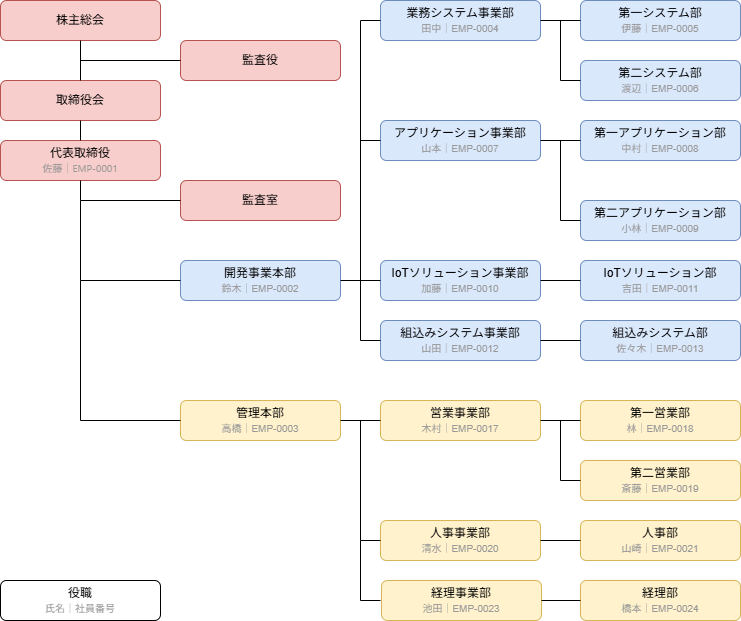
Earlier version of the draw.io export images/org.png (udon01414-ebi/TecnicTechnoTech). Source tidied: cells renumbered, new cells last; positions are measured from the earlier drawing's top-left corner, leaving out a move shared by most shapes.
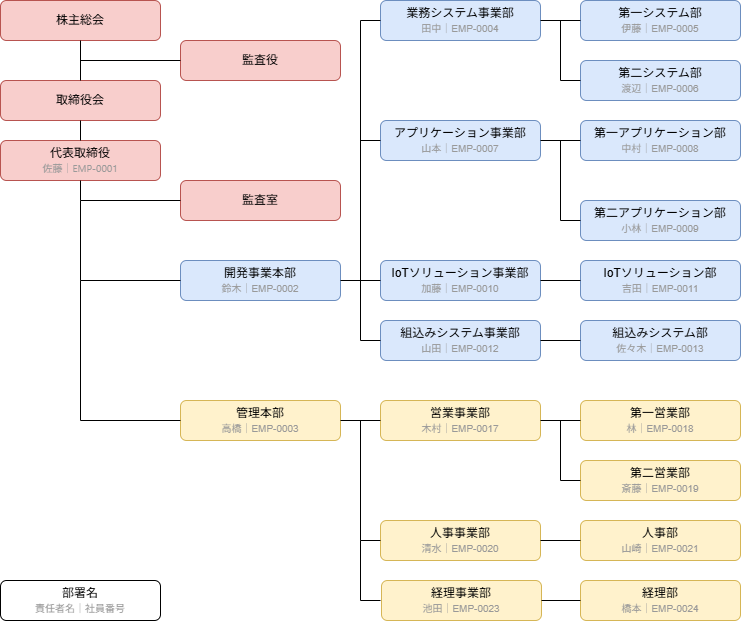
Above is the later version.

The edit, as a diff of the source:
```diff
@@ -220,8 +220,8 @@
         <mxPoint x="580" y="600" as="targetPoint" />
       </mxGeometry>
     </mxCell>
-    <mxCell id="49" value="役職&lt;br&gt;&lt;span style=&quot;font-family: &amp;quot;Anthropic Sans&amp;quot;, -apple-system, BlinkMacSystemFont, &amp;quot;Segoe UI&amp;quot;, sans-serif; text-align: start; white-space: nowrap;&quot;&gt;&lt;font style=&quot;font-size: 10px; color: rgb(153, 153, 153);&quot;&gt;氏名｜社員番号&lt;/font&gt;&lt;/span&gt;" style="rounded=1;whiteSpace=wrap;html=1;" parent="1" vertex="1">
-      <mxGeometry y="580" width="160" height="40" as="geometry" />
-    </mxCell>
+    <mxCell id="50" value="部署名&lt;br&gt;&lt;font style=&quot;font-size: 10px; color: rgb(153, 153, 153);&quot;&gt;責任者名｜社員番号&lt;/font&gt;" style="rounded=1;whiteSpace=wrap;html=1;" parent="1" vertex="1">
+      <mxGeometry y="580" width="160" height="40" as="geometry" />
+    </mxCell>
   </root>
 </mxGraphModel>
```
